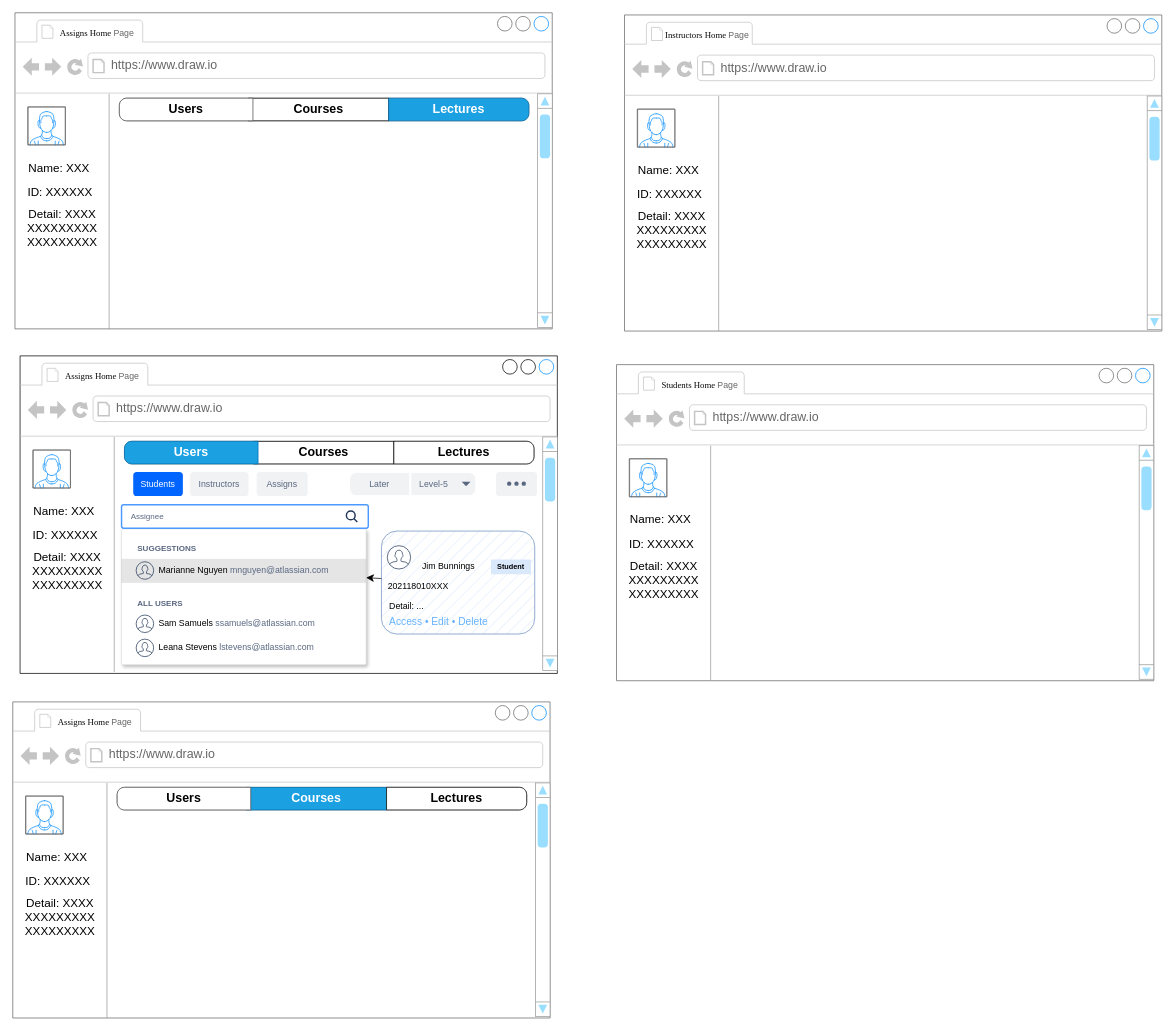
Above: CW1-Assigns.drawio in Echo-xin/Echo-xin (draw.io), before the change. Source tidied: cells renumbered, new cells numbered last; positions are measured from the earlier drawing's top-left corner, leaving out a move shared by most shapes. Both pictures are drawn from the tidied source at 73%, with x=0, y=0 at pixel (12, 12).
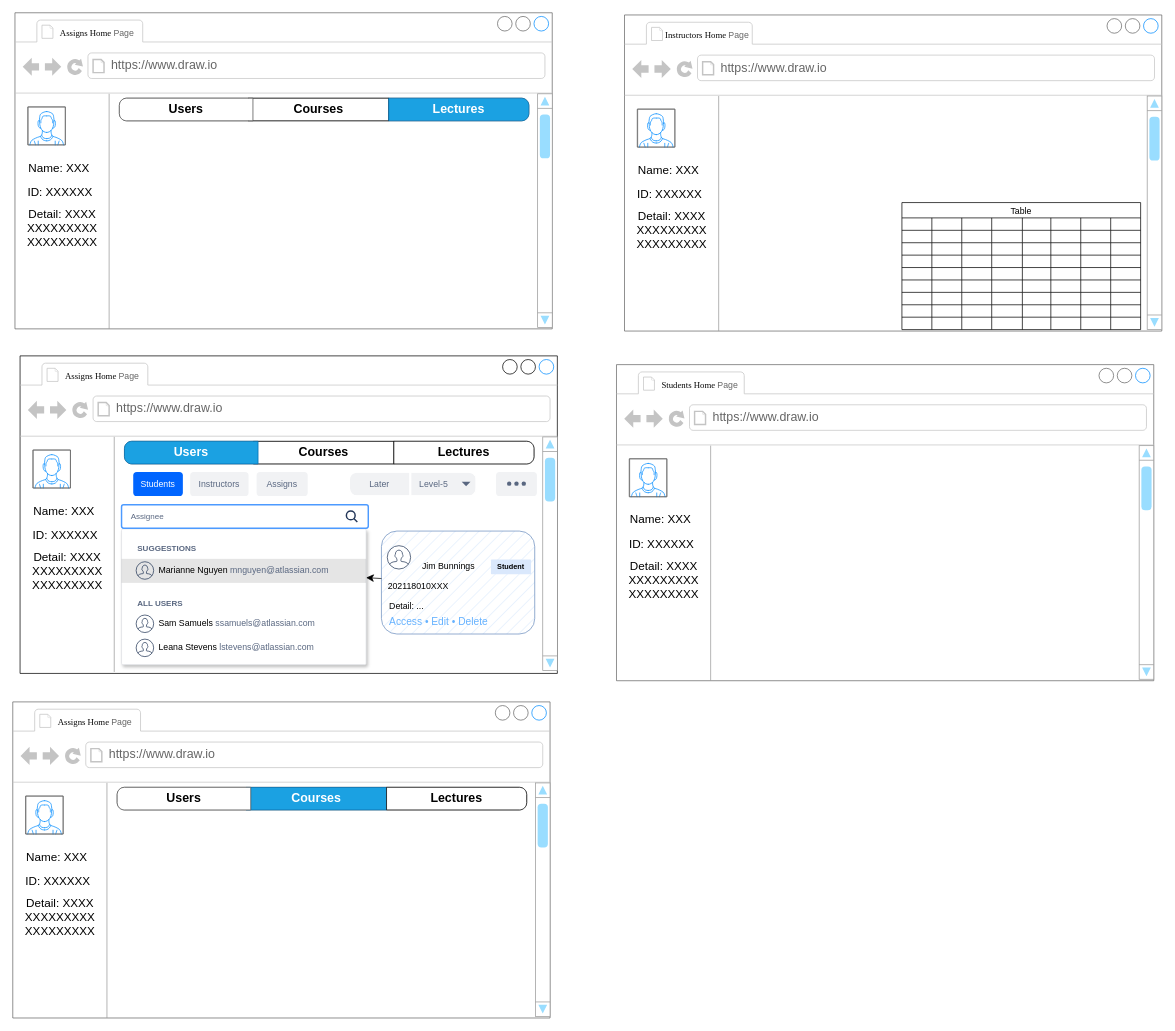
The same diagram, later.

Unchanged cells that the change refers to:
```xml
<mxCell id="24" style="strokeWidth=1;shadow=0;dashed=0;align=center;html=1;shape=mxgraph.mockup.containers.browserWindow;rSize=0;strokeColor=#666666;strokeColor2=#008cff;strokeColor3=#c4c4c4;mainText=,;" parent="1" vertex="1">
  <mxGeometry x="838" y="3" width="736" height="433" as="geometry" />
</mxCell>
```

Diff of the diagram source:
```diff
@@
+    <mxCell id="89" value="Table" style="shape=table;startSize=21;childLayout=tableLayout;" parent="24" vertex="1">
+      <mxGeometry x="380" y="257" width="327" height="174" as="geometry" />
+    </mxCell>
+    <mxCell id="90" style="shape=tableRow;horizontal=0;startSize=0;swimlaneHead=0;swimlaneBody=0;strokeColor=inherit;top=0;left=0;bottom=0;right=0;fillColor=none;" parent="89" vertex="1">
+      <mxGeometry y="21" width="327" height="17" as="geometry" />
+    </mxCell>
+    <mxCell id="91" style="shape=partialRectangle;html=1;whiteSpace=wrap;strokeColor=inherit;overflow=hidden;fillColor=none;top=0;left=0;bottom=0;right=0;" parent="90" vertex="1">
+      <mxGeometry width="41" height="17" as="geometry" />
+    </mxCell>
+    <mxCell id="92" style="shape=partialRectangle;html=1;whiteSpace=wrap;strokeColor=inherit;overflow=hidden;fillColor=none;top=0;left=0;bottom=0;right=0;" parent="90" vertex="1">
+      <mxGeometry x="41" width="41" height="17" as="geometry" />
+    </mxCell>
+    <mxCell id="93" style="shape=partialRectangle;html=1;whiteSpace=wrap;strokeColor=inherit;overflow=hidden;fillColor=none;top=0;left=0;bottom=0;right=0;" parent="90" vertex="1">
+      <mxGeometry x="82" width="41" height="17" as="geometry" />
+    </mxCell>
+    <mxCell id="94" style="shape=partialRectangle;html=1;whiteSpace=wrap;strokeColor=inherit;overflow=hidden;fillColor=none;top=0;left=0;bottom=0;right=0;" parent="90" vertex="1">
+      <mxGeometry x="123" width="42" height="17" as="geometry" />
+    </mxCell>
+    <mxCell id="95" style="shape=partialRectangle;html=1;whiteSpace=wrap;strokeColor=inherit;overflow=hidden;fillColor=none;top=0;left=0;bottom=0;right=0;" parent="90" vertex="1">
+      <mxGeometry x="165" width="39" height="17" as="geometry" />
+    </mxCell>
+    <mxCell id="96" style="shape=partialRectangle;html=1;whiteSpace=wrap;strokeColor=inherit;overflow=hidden;fillColor=none;top=0;left=0;bottom=0;right=0;" parent="90" vertex="1">
+      <mxGeometry x="204" width="41" height="17" as="geometry" />
+    </mxCell>
+    <mxCell id="97" style="shape=partialRectangle;html=1;whiteSpace=wrap;strokeColor=inherit;overflow=hidden;fillColor=none;top=0;left=0;bottom=0;right=0;" parent="90" vertex="1">
+      <mxGeometry x="245" width="41" height="17" as="geometry" />
+    </mxCell>
+    <mxCell id="98" style="shape=partialRectangle;html=1;whiteSpace=wrap;strokeColor=inherit;overflow=hidden;fillColor=none;top=0;left=0;bottom=0;right=0;" parent="90" vertex="1">
+      <mxGeometry x="286" width="41" height="17" as="geometry" />
+    </mxCell>
+    <mxCell id="99" style="shape=tableRow;horizontal=0;startSize=0;swimlaneHead=0;swimlaneBody=0;strokeColor=inherit;top=0;left=0;bottom=0;right=0;fillColor=none;" parent="89" vertex="1">
+      <mxGeometry y="38" width="327" height="17" as="geometry" />
+    </mxCell>
+    <mxCell id="100" style="shape=partialRectangle;html=1;whiteSpace=wrap;strokeColor=inherit;overflow=hidden;fillColor=none;top=0;left=0;bottom=0;right=0;" parent="99" vertex="1">
+      <mxGeometry width="41" height="17" as="geometry" />
+    </mxCell>
+    <mxCell id="101" style="shape=partialRectangle;html=1;whiteSpace=wrap;strokeColor=inherit;overflow=hidden;fillColor=none;top=0;left=0;bottom=0;right=0;" parent="99" vertex="1">
+      <mxGeometry x="41" width="41" height="17" as="geometry" />
+    </mxCell>
+    <mxCell id="102" style="shape=partialRectangle;html=1;whiteSpace=wrap;strokeColor=inherit;overflow=hidden;fillColor=none;top=0;left=0;bottom=0;right=0;" parent="99" vertex="1">
+      <mxGeometry x="82" width="41" height="17" as="geometry" />
+    </mxCell>
+    <mxCell id="103" style="shape=partialRectangle;html=1;whiteSpace=wrap;strokeColor=inherit;overflow=hidden;fillColor=none;top=0;left=0;bottom=0;right=0;" parent="99" vertex="1">
+      <mxGeometry x="123" width="42" height="17" as="geometry" />
+    </mxCell>
+    <mxCell id="104" style="shape=partialRectangle;html=1;whiteSpace=wrap;strokeColor=inherit;overflow=hidden;fillColor=none;top=0;left=0;bottom=0;right=0;" parent="99" vertex="1">
+      <mxGeometry x="165" width="39" height="17" as="geometry" />
+    </mxCell>
+    <mxCell id="105" style="shape=partialRectangle;html=1;whiteSpace=wrap;strokeColor=inherit;overflow=hidden;fillColor=none;top=0;left=0;bottom=0;right=0;" parent="99" vertex="1">
+      <mxGeometry x="204" width="41" height="17" as="geometry" />
+    </mxCell>
+    <mxCell id="106" style="shape=partialRectangle;html=1;whiteSpace=wrap;strokeColor=inherit;overflow=hidden;fillColor=none;top=0;left=0;bottom=0;right=0;" parent="99" vertex="1">
+      <mxGeometry x="245" width="41" height="17" as="geometry" />
+    </mxCell>
+    <mxCell id="107" style="shape=partialRectangle;html=1;whiteSpace=wrap;strokeColor=inherit;overflow=hidden;fillColor=none;top=0;left=0;bottom=0;right=0;" parent="99" vertex="1">
+      <mxGeometry x="286" width="41" height="17" as="geometry" />
+    </mxCell>
+    <mxCell id="108" style="shape=tableRow;horizontal=0;startSize=0;swimlaneHead=0;swimlaneBody=0;strokeColor=inherit;top=0;left=0;bottom=0;right=0;fillColor=none;" parent="89" vertex="1">
+      <mxGeometry y="55" width="327" height="17" as="geometry" />
+    </mxCell>
+    <mxCell id="109" style="shape=partialRectangle;html=1;whiteSpace=wrap;strokeColor=inherit;overflow=hidden;fillColor=none;top=0;left=0;bottom=0;right=0;" parent="108" vertex="1">
+      <mxGeometry width="41" height="17" as="geometry" />
+    </mxCell>
+    <mxCell id="110" style="shape=partialRectangle;html=1;whiteSpace=wrap;strokeColor=inherit;overflow=hidden;fillColor=none;top=0;left=0;bottom=0;right=0;" parent="108" vertex="1">
+      <mxGeometry x="41" width="41" height="17" as="geometry" />
+    </mxCell>
+    <mxCell id="111" style="shape=partialRectangle;html=1;whiteSpace=wrap;strokeColor=inherit;overflow=hidden;fillColor=none;top=0;left=0;bottom=0;right=0;" parent="108" vertex="1">
+      <mxGeometry x="82" width="41" height="17" as="geometry" />
+    </mxCell>
+    <mxCell id="112" style="shape=partialRectangle;html=1;whiteSpace=wrap;strokeColor=inherit;overflow=hidden;fillColor=none;top=0;left=0;bottom=0;right=0;" parent="108" vertex="1">
+      <mxGeometry x="123" width="42" height="17" as="geometry" />
+    </mxCell>
+    <mxCell id="113" style="shape=partialRectangle;html=1;whiteSpace=wrap;strokeColor=inherit;overflow=hidden;fillColor=none;top=0;left=0;bottom=0;right=0;" parent="108" vertex="1">
+      <mxGeometry x="165" width="39" height="17" as="geometry" />
+    </mxCell>
+    <mxCell id="114" style="shape=partialRectangle;html=1;whiteSpace=wrap;strokeColor=inherit;overflow=hidden;fillColor=none;top=0;left=0;bottom=0;right=0;" parent="108" vertex="1">
+      <mxGeometry x="204" width="41" height="17" as="geometry" />
+    </mxCell>
+    <mxCell id="115" style="shape=partialRectangle;html=1;whiteSpace=wrap;strokeColor=inherit;overflow=hidden;fillColor=none;top=0;left=0;bottom=0;right=0;" parent="108" vertex="1">
+      <mxGeometry x="245" width="41" height="17" as="geometry" />
+    </mxCell>
+    <mxCell id="116" style="shape=partialRectangle;html=1;whiteSpace=wrap;strokeColor=inherit;overflow=hidden;fillColor=none;top=0;left=0;bottom=0;right=0;" parent="108" vertex="1">
+      <mxGeometry x="286" width="41" height="17" as="geometry" />
+    </mxCell>
+    <mxCell id="117" style="shape=tableRow;horizontal=0;startSize=0;swimlaneHead=0;swimlaneBody=0;strokeColor=inherit;top=0;left=0;bottom=0;right=0;fillColor=none;" parent="89" vertex="1">
+      <mxGeometry y="72" width="327" height="17" as="geometry" />
+    </mxCell>
+    <mxCell id="118" style="shape=partialRectangle;html=1;whiteSpace=wrap;strokeColor=inherit;overflow=hidden;fillColor=none;top=0;left=0;bottom=0;right=0;" parent="117" vertex="1">
+      <mxGeometry width="41" height="17" as="geometry" />
+    </mxCell>
+    <mxCell id="119" style="shape=partialRectangle;html=1;whiteSpace=wrap;strokeColor=inherit;overflow=hidden;fillColor=none;top=0;left=0;bottom=0;right=0;" parent="117" vertex="1">
+      <mxGeometry x="41" width="41" height="17" as="geometry" />
+    </mxCell>
+    <mxCell id="120" style="shape=partialRectangle;html=1;whiteSpace=wrap;strokeColor=inherit;overflow=hidden;fillColor=none;top=0;left=0;bottom=0;right=0;" parent="117" vertex="1">
+      <mxGeometry x="82" width="41" height="17" as="geometry" />
+    </mxCell>
+    <mxCell id="121" style="shape=partialRectangle;html=1;whiteSpace=wrap;strokeColor=inherit;overflow=hidden;fillColor=none;top=0;left=0;bottom=0;right=0;" parent="117" vertex="1">
+      <mxGeometry x="123" width="42" height="17" as="geometry" />
+    </mxCell>
+    <mxCell id="122" style="shape=partialRectangle;html=1;whiteSpace=wrap;strokeColor=inherit;overflow=hidden;fillColor=none;top=0;left=0;bottom=0;right=0;" parent="117" vertex="1">
+      <mxGeometry x="165" width="39" height="17" as="geometry" />
+    </mxCell>
+    <mxCell id="123" style="shape=partialRectangle;html=1;whiteSpace=wrap;strokeColor=inherit;overflow=hidden;fillColor=none;top=0;left=0;bottom=0;right=0;" parent="117" vertex="1">
+      <mxGeometry x="204" width="41" height="17" as="geometry" />
+    </mxCell>
+    <mxCell id="124" style="shape=partialRectangle;html=1;whiteSpace=wrap;strokeColor=inherit;overflow=hidden;fillColor=none;top=0;left=0;bottom=0;right=0;" parent="117" vertex="1">
+      <mxGeometry x="245" width="41" height="17" as="geometry" />
+    </mxCell>
+    <mxCell id="125" style="shape=partialRectangle;html=1;whiteSpace=wrap;strokeColor=inherit;overflow=hidden;fillColor=none;top=0;left=0;bottom=0;right=0;" parent="117" vertex="1">
+      <mxGeometry x="286" width="41" height="17" as="geometry" />
+    </mxCell>
+    <mxCell id="126" style="shape=tableRow;horizontal=0;startSize=0;swimlaneHead=0;swimlaneBody=0;strokeColor=inherit;top=0;left=0;bottom=0;right=0;fillColor=none;" parent="89" vertex="1">
+      <mxGeometry y="89" width="327" height="17" as="geometry" />
+    </mxCell>
+    <mxCell id="127" style="shape=partialRectangle;html=1;whiteSpace=wrap;strokeColor=inherit;overflow=hidden;fillColor=none;top=0;left=0;bottom=0;right=0;" parent="126" vertex="1">
+      <mxGeometry width="41" height="17" as="geometry" />
+    </mxCell>
+    <mxCell id="128" style="shape=partialRectangle;html=1;whiteSpace=wrap;strokeColor=inherit;overflow=hidden;fillColor=none;top=0;left=0;bottom=0;right=0;" parent="126" vertex="1">
+      <mxGeometry x="41" width="41" height="17" as="geometry" />
+    </mxCell>
+    <mxCell id="129" style="shape=partialRectangle;html=1;whiteSpace=wrap;strokeColor=inherit;overflow=hidden;fillColor=none;top=0;left=0;bottom=0;right=0;" parent="126" vertex="1">
+      <mxGeometry x="82" width="41" height="17" as="geometry" />
+    </mxCell>
+    <mxCell id="130" style="shape=partialRectangle;html=1;whiteSpace=wrap;strokeColor=inherit;overflow=hidden;fillColor=none;top=0;left=0;bottom=0;right=0;" parent="126" vertex="1">
+      <mxGeometry x="123" width="42" height="17" as="geometry" />
+    </mxCell>
+    <mxCell id="131" style="shape=partialRectangle;html=1;whiteSpace=wrap;strokeColor=inherit;overflow=hidden;fillColor=none;top=0;left=0;bottom=0;right=0;" parent="126" vertex="1">
+      <mxGeometry x="165" width="39" height="17" as="geometry" />
+    </mxCell>
+    <mxCell id="132" style="shape=partialRectangle;html=1;whiteSpace=wrap;strokeColor=inherit;overflow=hidden;fillColor=none;top=0;left=0;bottom=0;right=0;" parent="126" vertex="1">
+      <mxGeometry x="204" width="41" height="17" as="geometry" />
+    </mxCell>
+    <mxCell id="133" style="shape=partialRectangle;html=1;whiteSpace=wrap;strokeColor=inherit;overflow=hidden;fillColor=none;top=0;left=0;bottom=0;right=0;" parent="126" vertex="1">
+      <mxGeometry x="245" width="41" height="17" as="geometry" />
+    </mxCell>
+    <mxCell id="134" style="shape=partialRectangle;html=1;whiteSpace=wrap;strokeColor=inherit;overflow=hidden;fillColor=none;top=0;left=0;bottom=0;right=0;" parent="126" vertex="1">
+      <mxGeometry x="286" width="41" height="17" as="geometry" />
+    </mxCell>
+    <mxCell id="135" style="shape=tableRow;horizontal=0;startSize=0;swimlaneHead=0;swimlaneBody=0;strokeColor=inherit;top=0;left=0;bottom=0;right=0;fillColor=none;" parent="89" vertex="1">
+      <mxGeometry y="106" width="327" height="17" as="geometry" />
+    </mxCell>
+    <mxCell id="136" style="shape=partialRectangle;html=1;whiteSpace=wrap;strokeColor=inherit;overflow=hidden;fillColor=none;top=0;left=0;bottom=0;right=0;" parent="135" vertex="1">
+      <mxGeometry width="41" height="17" as="geometry" />
+    </mxCell>
+    <mxCell id="137" style="shape=partialRectangle;html=1;whiteSpace=wrap;strokeColor=inherit;overflow=hidden;fillColor=none;top=0;left=0;bottom=0;right=0;" parent="135" vertex="1">
+      <mxGeometry x="41" width="41" height="17" as="geometry" />
+    </mxCell>
+    <mxCell id="138" style="shape=partialRectangle;html=1;whiteSpace=wrap;strokeColor=inherit;overflow=hidden;fillColor=none;top=0;left=0;bottom=0;right=0;" parent="135" vertex="1">
+      <mxGeometry x="82" width="41" height="17" as="geometry" />
+    </mxCell>
+    <mxCell id="139" style="shape=partialRectangle;html=1;whiteSpace=wrap;strokeColor=inherit;overflow=hidden;fillColor=none;top=0;left=0;bottom=0;right=0;" parent="135" vertex="1">
+      <mxGeometry x="123" width="42" height="17" as="geometry" />
+    </mxCell>
+    <mxCell id="140" style="shape=partialRectangle;html=1;whiteSpace=wrap;strokeColor=inherit;overflow=hidden;fillColor=none;top=0;left=0;bottom=0;right=0;" parent="135" vertex="1">
+      <mxGeometry x="165" width="39" height="17" as="geometry" />
+    </mxCell>
+    <mxCell id="141" style="shape=partialRectangle;html=1;whiteSpace=wrap;strokeColor=inherit;overflow=hidden;fillColor=none;top=0;left=0;bottom=0;right=0;" parent="135" vertex="1">
+      <mxGeometry x="204" width="41" height="17" as="geometry" />
+    </mxCell>
+    <mxCell id="142" style="shape=partialRectangle;html=1;whiteSpace=wrap;strokeColor=inherit;overflow=hidden;fillColor=none;top=0;left=0;bottom=0;right=0;" parent="135" vertex="1">
+      <mxGeometry x="245" width="41" height="17" as="geometry" />
+    </mxCell>
+    <mxCell id="143" style="shape=partialRectangle;html=1;whiteSpace=wrap;strokeColor=inherit;overflow=hidden;fillColor=none;top=0;left=0;bottom=0;right=0;" parent="135" vertex="1">
+      <mxGeometry x="286" width="41" height="17" as="geometry" />
+    </mxCell>
+    <mxCell id="144" style="shape=tableRow;horizontal=0;startSize=0;swimlaneHead=0;swimlaneBody=0;strokeColor=inherit;top=0;left=0;bottom=0;right=0;fillColor=none;" parent="89" vertex="1">
+      <mxGeometry y="123" width="327" height="17" as="geometry" />
+    </mxCell>
+    <mxCell id="145" style="shape=partialRectangle;html=1;whiteSpace=wrap;strokeColor=inherit;overflow=hidden;fillColor=none;top=0;left=0;bottom=0;right=0;" parent="144" vertex="1">
+      <mxGeometry width="41" height="17" as="geometry" />
+    </mxCell>
+    <mxCell id="146" style="shape=partialRectangle;html=1;whiteSpace=wrap;strokeColor=inherit;overflow=hidden;fillColor=none;top=0;left=0;bottom=0;right=0;" parent="144" vertex="1">
+      <mxGeometry x="41" width="41" height="17" as="geometry" />
+    </mxCell>
+    <mxCell id="147" style="shape=partialRectangle;html=1;whiteSpace=wrap;strokeColor=inherit;overflow=hidden;fillColor=none;top=0;left=0;bottom=0;right=0;" parent="144" vertex="1">
+      <mxGeometry x="82" width="41" height="17" as="geometry" />
+    </mxCell>
+    <mxCell id="148" style="shape=partialRectangle;html=1;whiteSpace=wrap;strokeColor=inherit;overflow=hidden;fillColor=none;top=0;left=0;bottom=0;right=0;" parent="144" vertex="1">
+      <mxGeometry x="123" width="42" height="17" as="geometry" />
+    </mxCell>
+    <mxCell id="149" style="shape=partialRectangle;html=1;whiteSpace=wrap;strokeColor=inherit;overflow=hidden;fillColor=none;top=0;left=0;bottom=0;right=0;" parent="144" vertex="1">
+      <mxGeometry x="165" width="39" height="17" as="geometry" />
+    </mxCell>
+    <mxCell id="150" style="shape=partialRectangle;html=1;whiteSpace=wrap;strokeColor=inherit;overflow=hidden;fillColor=none;top=0;left=0;bottom=0;right=0;" parent="144" vertex="1">
+      <mxGeometry x="204" width="41" height="17" as="geometry" />
+    </mxCell>
+    <mxCell id="151" style="shape=partialRectangle;html=1;whiteSpace=wrap;strokeColor=inherit;overflow=hidden;fillColor=none;top=0;left=0;bottom=0;right=0;" parent="144" vertex="1">
+      <mxGeometry x="245" width="41" height="17" as="geometry" />
+    </mxCell>
+    <mxCell id="152" style="shape=partialRectangle;html=1;whiteSpace=wrap;strokeColor=inherit;overflow=hidden;fillColor=none;top=0;left=0;bottom=0;right=0;" parent="144" vertex="1">
+      <mxGeometry x="286" width="41" height="17" as="geometry" />
+    </mxCell>
+    <mxCell id="153" style="shape=tableRow;horizontal=0;startSize=0;swimlaneHead=0;swimlaneBody=0;strokeColor=inherit;top=0;left=0;bottom=0;right=0;fillColor=none;" parent="89" vertex="1">
+      <mxGeometry y="140" width="327" height="17" as="geometry" />
+    </mxCell>
+    <mxCell id="154" style="shape=partialRectangle;html=1;whiteSpace=wrap;strokeColor=inherit;overflow=hidden;fillColor=none;top=0;left=0;bottom=0;right=0;" parent="153" vertex="1">
+      <mxGeometry width="41" height="17" as="geometry" />
+    </mxCell>
+    <mxCell id="155" style="shape=partialRectangle;html=1;whiteSpace=wrap;strokeColor=inherit;overflow=hidden;fillColor=none;top=0;left=0;bottom=0;right=0;" parent="153" vertex="1">
+      <mxGeometry x="41" width="41" height="17" as="geometry" />
+    </mxCell>
+    <mxCell id="156" style="shape=partialRectangle;html=1;whiteSpace=wrap;strokeColor=inherit;overflow=hidden;fillColor=none;top=0;left=0;bottom=0;right=0;" parent="153" vertex="1">
+      <mxGeometry x="82" width="41" height="17" as="geometry" />
+    </mxCell>
+    <mxCell id="157" style="shape=partialRectangle;html=1;whiteSpace=wrap;strokeColor=inherit;overflow=hidden;fillColor=none;top=0;left=0;bottom=0;right=0;" parent="153" vertex="1">
+      <mxGeometry x="123" width="42" height="17" as="geometry" />
+    </mxCell>
+    <mxCell id="158" style="shape=partialRectangle;html=1;whiteSpace=wrap;strokeColor=inherit;overflow=hidden;fillColor=none;top=0;left=0;bottom=0;right=0;" parent="153" vertex="1">
+      <mxGeometry x="165" width="39" height="17" as="geometry" />
+    </mxCell>
+    <mxCell id="159" style="shape=partialRectangle;html=1;whiteSpace=wrap;strokeColor=inherit;overflow=hidden;fillColor=none;top=0;left=0;bottom=0;right=0;" parent="153" vertex="1">
+      <mxGeometry x="204" width="41" height="17" as="geometry" />
+    </mxCell>
+    <mxCell id="160" style="shape=partialRectangle;html=1;whiteSpace=wrap;strokeColor=inherit;overflow=hidden;fillColor=none;top=0;left=0;bottom=0;right=0;" parent="153" vertex="1">
+      <mxGeometry x="245" width="41" height="17" as="geometry" />
+    </mxCell>
+    <mxCell id="161" style="shape=partialRectangle;html=1;whiteSpace=wrap;strokeColor=inherit;overflow=hidden;fillColor=none;top=0;left=0;bottom=0;right=0;" parent="153" vertex="1">
+      <mxGeometry x="286" width="41" height="17" as="geometry" />
+    </mxCell>
+    <mxCell id="162" style="shape=tableRow;horizontal=0;startSize=0;swimlaneHead=0;swimlaneBody=0;strokeColor=inherit;top=0;left=0;bottom=0;right=0;fillColor=none;" parent="89" vertex="1">
+      <mxGeometry y="157" width="327" height="17" as="geometry" />
+    </mxCell>
+    <mxCell id="163" style="shape=partialRectangle;html=1;whiteSpace=wrap;strokeColor=inherit;overflow=hidden;fillColor=none;top=0;left=0;bottom=0;right=0;" parent="162" vertex="1">
+      <mxGeometry width="41" height="17" as="geometry" />
+    </mxCell>
+    <mxCell id="164" style="shape=partialRectangle;html=1;whiteSpace=wrap;strokeColor=inherit;overflow=hidden;fillColor=none;top=0;left=0;bottom=0;right=0;" parent="162" vertex="1">
+      <mxGeometry x="41" width="41" height="17" as="geometry" />
+    </mxCell>
+    <mxCell id="165" style="shape=partialRectangle;html=1;whiteSpace=wrap;strokeColor=inherit;overflow=hidden;fillColor=none;top=0;left=0;bottom=0;right=0;" parent="162" vertex="1">
+      <mxGeometry x="82" width="41" height="17" as="geometry" />
+    </mxCell>
+    <mxCell id="166" style="shape=partialRectangle;html=1;whiteSpace=wrap;strokeColor=inherit;overflow=hidden;fillColor=none;top=0;left=0;bottom=0;right=0;" parent="162" vertex="1">
+      <mxGeometry x="123" width="42" height="17" as="geometry" />
+    </mxCell>
+    <mxCell id="167" style="shape=partialRectangle;html=1;whiteSpace=wrap;strokeColor=inherit;overflow=hidden;fillColor=none;top=0;left=0;bottom=0;right=0;" parent="162" vertex="1">
+      <mxGeometry x="165" width="39" height="17" as="geometry" />
+    </mxCell>
+    <mxCell id="168" style="shape=partialRectangle;html=1;whiteSpace=wrap;strokeColor=inherit;overflow=hidden;fillColor=none;top=0;left=0;bottom=0;right=0;" parent="162" vertex="1">
+      <mxGeometry x="204" width="41" height="17" as="geometry" />
+    </mxCell>
+    <mxCell id="169" style="shape=partialRectangle;html=1;whiteSpace=wrap;strokeColor=inherit;overflow=hidden;fillColor=none;top=0;left=0;bottom=0;right=0;" parent="162" vertex="1">
+      <mxGeometry x="245" width="41" height="17" as="geometry" />
+    </mxCell>
+    <mxCell id="170" style="shape=partialRectangle;html=1;whiteSpace=wrap;strokeColor=inherit;overflow=hidden;fillColor=none;top=0;left=0;bottom=0;right=0;" parent="162" vertex="1">
+      <mxGeometry x="286" width="41" height="17" as="geometry" />
+    </mxCell>
```
